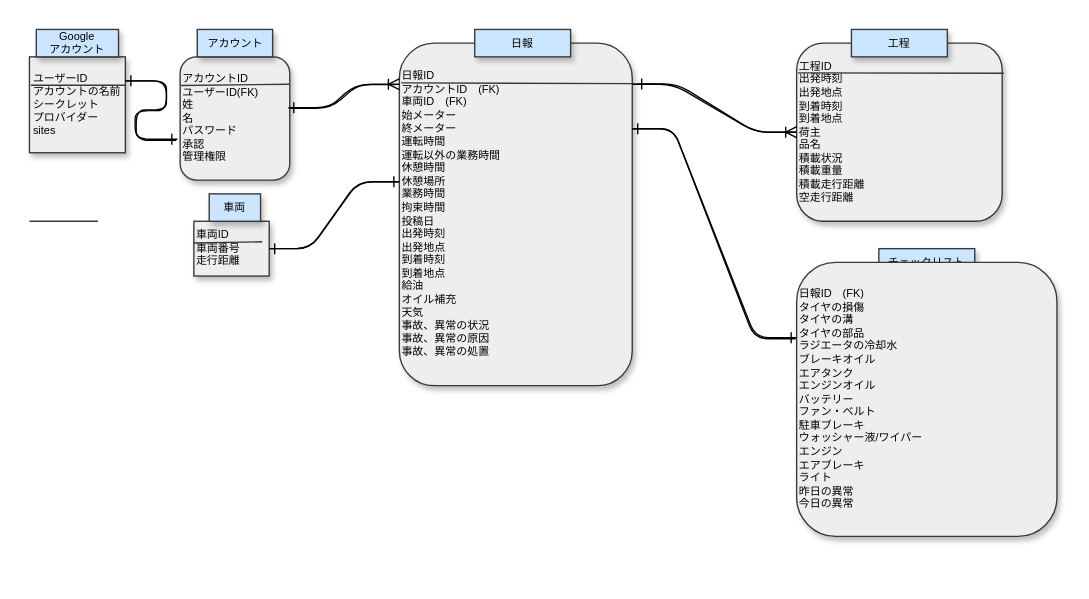
This is docs/ER.dio from bob-g12/dayrepo-for-transportation, a draw.io file, before an edit. Source tidied: cells renumbered, new cells numbered last; positions are measured from the earlier drawing's top-left corner, leaving out a move shared by most shapes. Both pictures are drawn from the tidied source at 137%, with x=0, y=0 at pixel (29, 29).
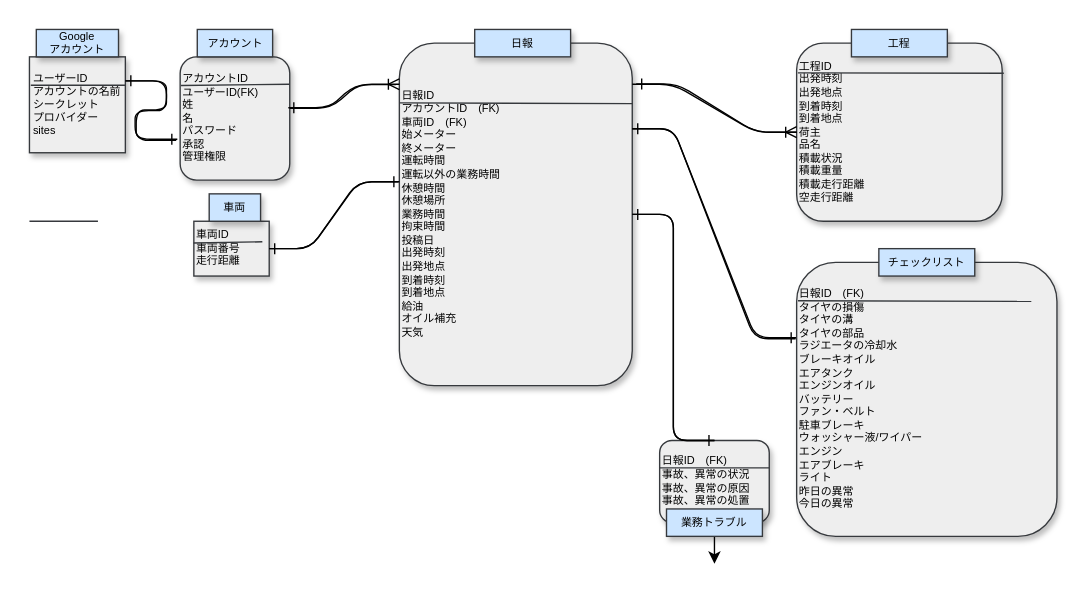
After the change.

Commit message (it also covers changes not shown here):
snippetテーブルのカラム変更に伴うエンティティの修正

The edit, as a diff of the source:
```diff
@@
-    <mxCell id="8" value="日報ID&lt;br&gt;アカウントID　(FK)&lt;br&gt;車両ID　(FK)　&lt;br&gt;始メーター&lt;br&gt;終メーター&lt;br&gt;運転時間&lt;br&gt;運転以外の業務時間&lt;br&gt;休憩時間&lt;br&gt;休憩場所&lt;br&gt;業務時間&lt;br&gt;拘束時間&lt;br&gt;投稿日&lt;br&gt;出発時刻&lt;br&gt;出発地点&lt;br&gt;到着時刻&lt;br&gt;到着地点&lt;br&gt;給油&lt;br&gt;オイル補充&lt;br&gt;天気&lt;br&gt;事故、異常の状況&lt;br&gt;事故、異常の原因&lt;br&gt;事故、異常の処置" style="rounded=1;whiteSpace=wrap;html=1;shadow=1;strokeColor=#36393d;fontFamily=Helvetica;fontSize=8;startSize=0;fillColor=#eeeeee;fontColor=#000000;align=left;" parent="1" vertex="1">
+    <mxCell id="8" value="日報ID&lt;br&gt;アカウントID　(FK)&lt;br&gt;車両ID　(FK)　&lt;br&gt;始メーター&lt;br&gt;終メーター&lt;br&gt;運転時間&lt;br&gt;運転以外の業務時間&lt;br&gt;休憩時間&lt;br&gt;休憩場所&lt;br&gt;業務時間&lt;br&gt;拘束時間&lt;br&gt;投稿日&lt;br&gt;出発時刻&lt;br&gt;出発地点&lt;br&gt;到着時刻&lt;br&gt;到着地点&lt;br&gt;給油&lt;br&gt;オイル補充&lt;br&gt;天気&lt;br&gt;" style="rounded=1;whiteSpace=wrap;html=1;shadow=1;strokeColor=#36393d;fontFamily=Helvetica;fontSize=8;startSize=0;fillColor=#eeeeee;fontColor=#000000;align=left;" parent="1" vertex="1">
       <mxGeometry x="270" y="10" width="170" height="250" as="geometry" />
     </mxCell>
     <mxCell id="9" style="endArrow=none;html=1;fontFamily=Helvetica;fontSize=8;fontColor=#000000;startSize=0;fillColor=#eeeeee;strokeColor=#36393d;exitX=0.008;exitY=0.084;exitDx=0;exitDy=0;exitPerimeter=0;entryX=1.01;entryY=0.086;entryDx=0;entryDy=0;entryPerimeter=0;" parent="1" edge="1">
       <mxGeometry relative="1" as="geometry">
-        <mxPoint x="271.4" y="39" as="sourcePoint" />
-        <mxPoint x="441.7" y="39.5" as="targetPoint" />
+        <mxPoint x="270" y="53.6" as="sourcePoint" />
+        <mxPoint x="440.3" y="54.1" as="targetPoint" />
       </mxGeometry>
     </mxCell>
@@
-    <mxCell id="23" value="チェックリスト" style="rounded=0;whiteSpace=wrap;html=1;shadow=1;strokeColor=#36393d;fontFamily=Helvetica;fontSize=8;startSize=0;fillColor=#cce5ff;fontColor=#000000;" parent="1" vertex="1">
-      <mxGeometry x="620" y="160" width="70" height="20" as="geometry" />
-    </mxCell>
@@
+    <mxCell id="23" value="チェックリスト" style="rounded=0;whiteSpace=wrap;html=1;shadow=1;strokeColor=#36393d;fontFamily=Helvetica;fontSize=8;startSize=0;fillColor=#cce5ff;fontColor=#000000;" parent="1" vertex="1">
+      <mxGeometry x="620" y="160" width="70" height="20" as="geometry" />
+    </mxCell>
+    <mxCell id="30" value="日報ID　(FK)&lt;br&gt;事故、異常の状況&lt;br&gt;事故、異常の原因&lt;br&gt;事故、異常の処置" style="rounded=1;whiteSpace=wrap;html=1;shadow=1;strokeColor=#36393d;fontFamily=Helvetica;fontSize=8;startSize=0;fillColor=#eeeeee;fontColor=#000000;align=left;" parent="1" vertex="1">
+      <mxGeometry x="460" y="300" width="80" height="60" as="geometry" />
+    </mxCell>
+    <mxCell id="31" style="edgeStyle=entityRelationEdgeStyle;fontSize=12;html=1;endArrow=ERone;endFill=1;fontFamily=Helvetica;fontColor=#000000;startSize=0;entryX=1;entryY=0.5;entryDx=0;entryDy=0;exitX=0.5;exitY=0;exitDx=0;exitDy=0;" parent="1" edge="1" source="30" target="8">
+      <mxGeometry relative="1" as="geometry" />
+    </mxCell>
+    <mxCell id="32" style="edgeStyle=entityRelationEdgeStyle;fontSize=12;html=1;endArrow=ERone;endFill=1;fontFamily=Helvetica;fontColor=#000000;startSize=0;exitX=1;exitY=0.5;exitDx=0;exitDy=0;" parent="1" edge="1" source="8">
+      <mxGeometry relative="1" as="geometry">
+        <mxPoint x="500" y="300" as="targetPoint" />
+      </mxGeometry>
+    </mxCell>
+    <mxCell id="33" style="edgeStyle=none;html=1;exitX=0.5;exitY=1;exitDx=0;exitDy=0;" parent="1" edge="1" source="34">
+      <mxGeometry relative="1" as="geometry">
+        <mxPoint x="500" y="390" as="targetPoint" />
+      </mxGeometry>
+    </mxCell>
+    <mxCell id="34" value="業務トラブル" style="rounded=0;whiteSpace=wrap;html=1;shadow=1;strokeColor=#36393d;fontFamily=Helvetica;fontSize=8;startSize=0;fillColor=#cce5ff;fontColor=#000000;" parent="1" vertex="1">
+      <mxGeometry x="465" y="350" width="70" height="20" as="geometry" />
+    </mxCell>
+    <mxCell id="35" style="endArrow=none;html=1;fontFamily=Helvetica;fontSize=8;fontColor=#000000;startSize=0;fillColor=#eeeeee;strokeColor=#36393d;exitX=0.008;exitY=0.084;exitDx=0;exitDy=0;exitPerimeter=0;entryX=1.01;entryY=0.086;entryDx=0;entryDy=0;entryPerimeter=0;" parent="1" edge="1">
+      <mxGeometry relative="1" as="geometry">
+        <mxPoint x="561" y="198" as="sourcePoint" />
+        <mxPoint x="731.3" y="198.5" as="targetPoint" />
+      </mxGeometry>
+    </mxCell>
+    <mxCell id="36" style="endArrow=none;html=1;fontFamily=Helvetica;fontSize=8;fontColor=#000000;startSize=0;fillColor=#eeeeee;strokeColor=#36393d;" parent="1" edge="1">
+      <mxGeometry relative="1" as="geometry">
+        <mxPoint x="460" y="320" as="sourcePoint" />
+        <mxPoint x="540" y="320" as="targetPoint" />
+      </mxGeometry>
+    </mxCell>
```
